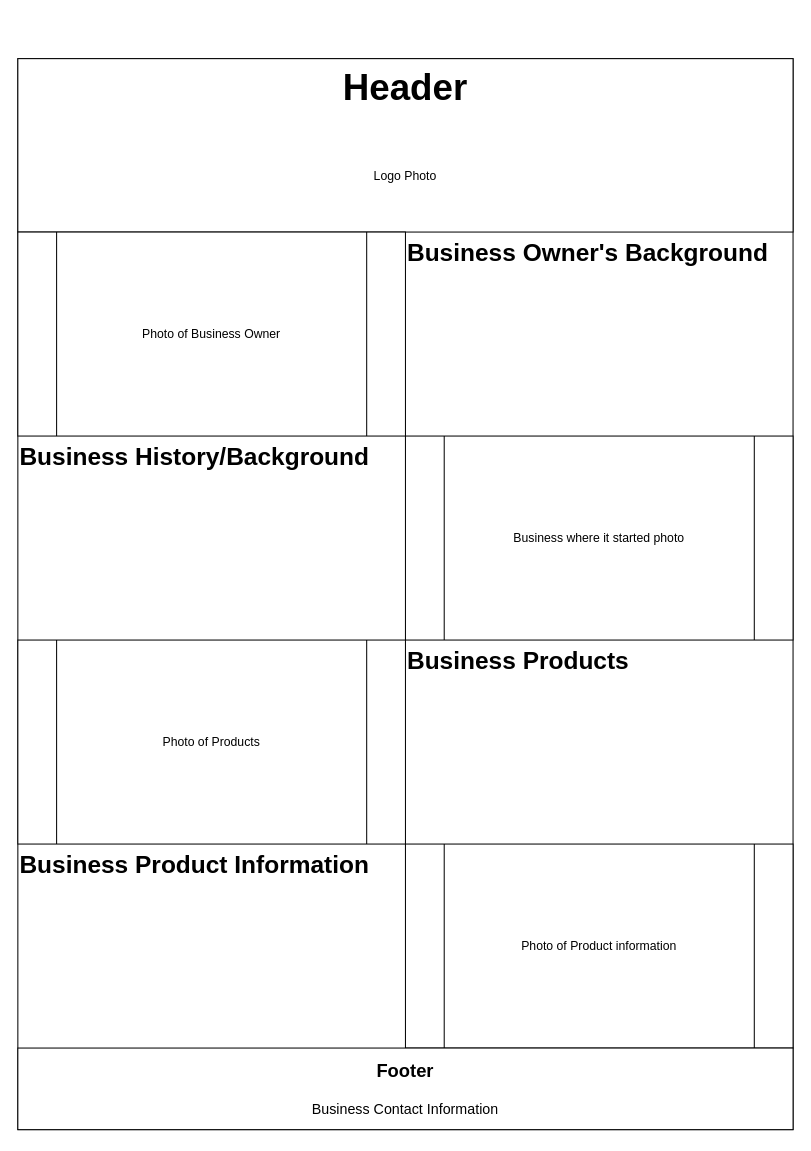
Before: CIS363B.draw.io.drawio in TrudeeRodriguez/CIS363BWk1, a draw.io diagram. Source tidied: cells renumbered, new cells numbered last; positions are measured from the earlier drawing's top-left corner, leaving out a move shared by most shapes. Both pictures are drawn from the tidied source at 102%, with x=0, y=0 at pixel (17, 58).
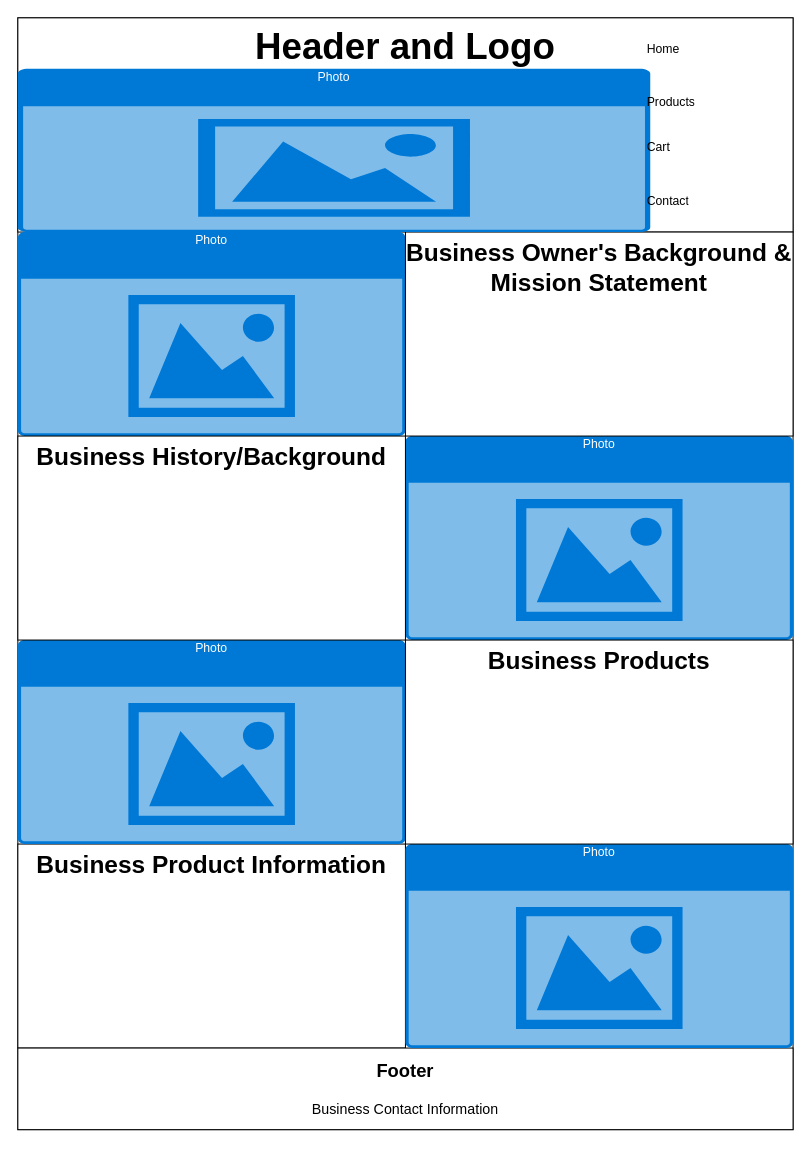
The same diagram, later.

What changed in the source:
```diff
@@
     <mxCell id="2" style="rounded=0;whiteSpace=wrap;html=1;" parent="1" vertex="1">
-      <mxGeometry width="760" height="1050" as="geometry" />
+      <mxGeometry y="-40" width="760" height="1090" as="geometry" />
     </mxCell>
+    <mxCell id="20" style="rounded=0;whiteSpace=wrap;html=1;" parent="1" vertex="1">
+      <mxGeometry y="770" width="380" height="200" as="geometry" />
+    </mxCell>
     <mxCell id="3" style="rounded=0;whiteSpace=wrap;html=1;" parent="1" vertex="1">
-      <mxGeometry width="760" height="170" as="geometry" />
+      <mxGeometry y="-40" width="760" height="210" as="geometry" />
     </mxCell>
-    <mxCell id="4" value="&lt;h1 style=&quot;margin-top: 0px;&quot;&gt;&lt;font style=&quot;font-size: 36px;&quot;&gt;Header&lt;/font&gt;&lt;/h1&gt;" style="text;html=1;whiteSpace=wrap;overflow=hidden;rounded=0;align=center;" parent="1" vertex="1">
-      <mxGeometry width="760" height="170" as="geometry" />
+    <mxCell id="4" value="&lt;h1 style=&quot;margin-top: 0px;&quot;&gt;&lt;font style=&quot;font-size: 36px;&quot;&gt;Header and Logo&lt;/font&gt;&lt;/h1&gt;" style="text;html=1;whiteSpace=wrap;overflow=hidden;rounded=0;align=center;" parent="1" vertex="1">
+      <mxGeometry y="-40" width="760" height="210" as="geometry" />
     </mxCell>
-    <mxCell id="5" style="shape=process;whiteSpace=wrap;html=1;backgroundOutline=1;" parent="1" vertex="1">
-      <mxGeometry x="380" y="370" width="380" height="200" as="geometry" />
-    </mxCell>
-    <mxCell id="6" style="shape=process;whiteSpace=wrap;html=1;backgroundOutline=1;" parent="1" vertex="1">
-      <mxGeometry y="170" width="380" height="200" as="geometry" />
-    </mxCell>
-    <mxCell id="7" style="shape=process;whiteSpace=wrap;html=1;backgroundOutline=1;" parent="1" vertex="1">
-      <mxGeometry y="570" width="380" height="200" as="geometry" />
-    </mxCell>
-    <mxCell id="8" style="shape=process;whiteSpace=wrap;html=1;backgroundOutline=1;" parent="1" vertex="1">
-      <mxGeometry x="380" y="770" width="380" height="200" as="geometry" />
-    </mxCell>
@@
-    <mxCell id="11" value="&lt;h1 style=&quot;margin-top: 0px;&quot;&gt;Business Owner's Background&lt;/h1&gt;" style="text;html=1;whiteSpace=wrap;overflow=hidden;rounded=0;" parent="1" vertex="1">
-      <mxGeometry x="380" y="170" width="380" height="200" as="geometry" />
-    </mxCell>
+    <mxCell id="21" value="Photo" style="html=1;whiteSpace=wrap;strokeColor=none;fillColor=#0079D6;labelPosition=center;verticalLabelPosition=middle;verticalAlign=top;align=center;fontSize=12;spacingTop=-6;fontColor=#FFFFFF;sketch=0;shape=mxgraph.sitemap.photo;" parent="1" vertex="1">
+      <mxGeometry y="170" width="380" height="200" as="geometry" />
+    </mxCell>
+    <mxCell id="22" value="Photo" style="html=1;whiteSpace=wrap;strokeColor=none;fillColor=#0079D6;labelPosition=center;verticalLabelPosition=middle;verticalAlign=top;align=center;fontSize=12;spacingTop=-6;fontColor=#FFFFFF;sketch=0;shape=mxgraph.sitemap.photo;" parent="1" vertex="1">
+      <mxGeometry x="380" y="770" width="380" height="200" as="geometry" />
+    </mxCell>
+    <mxCell id="23" value="Photo" style="html=1;whiteSpace=wrap;strokeColor=none;fillColor=#0079D6;labelPosition=center;verticalLabelPosition=middle;verticalAlign=top;align=center;fontSize=12;spacingTop=-6;fontColor=#FFFFFF;sketch=0;shape=mxgraph.sitemap.photo;" parent="1" vertex="1">
+      <mxGeometry y="570" width="380" height="200" as="geometry" />
+    </mxCell>
+    <mxCell id="24" value="Photo" style="html=1;whiteSpace=wrap;strokeColor=none;fillColor=#0079D6;labelPosition=center;verticalLabelPosition=middle;verticalAlign=top;align=center;fontSize=12;spacingTop=-6;fontColor=#FFFFFF;sketch=0;shape=mxgraph.sitemap.photo;" parent="1" vertex="1">
+      <mxGeometry x="380" y="370" width="380" height="200" as="geometry" />
+    </mxCell>
+    <mxCell id="25" style="rounded=0;whiteSpace=wrap;html=1;" parent="1" vertex="1">
+      <mxGeometry x="380" y="170" width="380" height="200" as="geometry" />
+    </mxCell>
+    <mxCell id="26" style="rounded=0;whiteSpace=wrap;html=1;" parent="1" vertex="1">
+      <mxGeometry y="370" width="380" height="200" as="geometry" />
+    </mxCell>
+    <mxCell id="27" style="rounded=0;whiteSpace=wrap;html=1;" parent="1" vertex="1">
+      <mxGeometry x="380" y="570" width="380" height="200" as="geometry" />
+    </mxCell>
+    <mxCell id="14" value="&lt;h1 style=&quot;margin-top: 0px;&quot;&gt;Business History/Background&lt;/h1&gt;" style="text;html=1;whiteSpace=wrap;overflow=hidden;rounded=0;align=center;" parent="1" vertex="1">
+      <mxGeometry y="370" width="380" height="200" as="geometry" />
+    </mxCell>
-    <mxCell id="12" value="&lt;h1 style=&quot;margin-top: 0px;&quot;&gt;Business Product Information&lt;/h1&gt;" style="text;html=1;whiteSpace=wrap;overflow=hidden;rounded=0;" parent="1" vertex="1">
+    <mxCell id="12" value="&lt;h1 style=&quot;margin-top: 0px;&quot;&gt;Business Product Information&lt;/h1&gt;" style="text;html=1;whiteSpace=wrap;overflow=hidden;rounded=0;align=center;" parent="1" vertex="1">
       <mxGeometry y="770" width="380" height="200" as="geometry" />
     </mxCell>
-    <mxCell id="13" value="&lt;h1 style=&quot;margin-top: 0px;&quot;&gt;Business Products&lt;/h1&gt;" style="text;html=1;whiteSpace=wrap;overflow=hidden;rounded=0;" parent="1" vertex="1">
+    <mxCell id="13" value="&lt;h1 style=&quot;margin-top: 0px;&quot;&gt;Business Products&lt;/h1&gt;" style="text;html=1;whiteSpace=wrap;overflow=hidden;rounded=0;align=center;" parent="1" vertex="1">
       <mxGeometry x="380" y="570" width="380" height="200" as="geometry" />
     </mxCell>
-    <mxCell id="14" value="&lt;h1 style=&quot;margin-top: 0px;&quot;&gt;Business History/Background&lt;/h1&gt;" style="text;html=1;whiteSpace=wrap;overflow=hidden;rounded=0;" parent="1" vertex="1">
-      <mxGeometry y="370" width="380" height="200" as="geometry" />
-    </mxCell>
-    <mxCell id="15" value="Logo Photo" style="text;html=1;align=center;verticalAlign=middle;whiteSpace=wrap;rounded=0;" parent="1" vertex="1">
-      <mxGeometry y="60" width="760" height="110" as="geometry" />
-    </mxCell>
-    <mxCell id="16" value="Photo of Products" style="text;html=1;align=center;verticalAlign=middle;whiteSpace=wrap;rounded=0;" parent="1" vertex="1">
-      <mxGeometry x="40" y="570" width="300" height="200" as="geometry" />
-    </mxCell>
-    <mxCell id="17" value="Business where it started photo" style="text;html=1;align=center;verticalAlign=middle;whiteSpace=wrap;rounded=0;" parent="1" vertex="1">
-      <mxGeometry x="420" y="370" width="300" height="200" as="geometry" />
-    </mxCell>
-    <mxCell id="18" value="Photo of Product information" style="text;html=1;align=center;verticalAlign=middle;whiteSpace=wrap;rounded=0;" parent="1" vertex="1">
-      <mxGeometry x="420" y="770" width="300" height="200" as="geometry" />
-    </mxCell>
-    <mxCell id="19" value="Photo of Business Owner" style="text;html=1;align=center;verticalAlign=middle;whiteSpace=wrap;rounded=0;" parent="1" vertex="1">
-      <mxGeometry x="40" y="170" width="300" height="200" as="geometry" />
-    </mxCell>
+    <mxCell id="11" value="&lt;h1 style=&quot;margin-top: 0px;&quot;&gt;Business Owner's Background &amp;amp; Mission Statement&lt;/h1&gt;" style="text;html=1;whiteSpace=wrap;overflow=hidden;rounded=0;align=center;" parent="1" vertex="1">
+      <mxGeometry x="380" y="170" width="380" height="200" as="geometry" />
+    </mxCell>
+    <mxCell id="28" value="Photo" style="html=1;whiteSpace=wrap;strokeColor=none;fillColor=#0079D6;labelPosition=center;verticalLabelPosition=middle;verticalAlign=top;align=center;fontSize=12;spacingTop=-6;fontColor=#FFFFFF;sketch=0;shape=mxgraph.sitemap.photo;" parent="1" vertex="1">
+      <mxGeometry y="10" width="620" height="160" as="geometry" />
+    </mxCell>
+    <mxCell id="29" style="shape=table;startSize=0;childLayout=tableLayout;fontSize=11;fillColor=none;strokeColor=none;" parent="1" vertex="1">
+      <mxGeometry x="610" y="-40" width="150" height="210" as="geometry" />
+    </mxCell>
+    <mxCell id="30" style="shape=tableRow;horizontal=0;startSize=0;swimlaneHead=0;swimlaneBody=0;strokeColor=inherit;top=0;left=0;bottom=0;right=0;fillColor=none;fontSize=16;" parent="29" vertex="1">
+      <mxGeometry width="150" height="61" as="geometry" />
+    </mxCell>
+    <mxCell id="31" value="Home" style="shape=partialRectangle;html=1;whiteSpace=wrap;strokeColor=inherit;overflow=hidden;fillColor=none;top=0;left=0;bottom=0;right=0;fontSize=12;align=left;spacingLeft=5;" parent="30" vertex="1">
+      <mxGeometry width="150" height="61" as="geometry" />
+    </mxCell>
+    <mxCell id="32" style="shape=tableRow;horizontal=0;startSize=0;swimlaneHead=0;swimlaneBody=0;strokeColor=inherit;top=0;left=0;bottom=0;right=0;fillColor=none;fontSize=16;" parent="29" vertex="1">
+      <mxGeometry y="61" width="150" height="44" as="geometry" />
+    </mxCell>
+    <mxCell id="33" value="Products" style="shape=partialRectangle;html=1;whiteSpace=wrap;strokeColor=inherit;overflow=hidden;fillColor=none;top=0;left=0;bottom=0;right=0;fontSize=12;align=left;spacingLeft=5;" parent="32" vertex="1">
+      <mxGeometry width="150" height="44" as="geometry" />
+    </mxCell>
+    <mxCell id="34" style="shape=tableRow;horizontal=0;startSize=0;swimlaneHead=0;swimlaneBody=0;strokeColor=inherit;top=0;left=0;bottom=0;right=0;fillColor=none;fontSize=16;" parent="29" vertex="1">
+      <mxGeometry y="105" width="150" height="44" as="geometry" />
+    </mxCell>
+    <mxCell id="35" value="Cart" style="shape=partialRectangle;html=1;whiteSpace=wrap;strokeColor=inherit;overflow=hidden;fillColor=none;top=0;left=0;bottom=0;right=0;fontSize=12;align=left;spacingLeft=5;" parent="34" vertex="1">
+      <mxGeometry width="150" height="44" as="geometry" />
+    </mxCell>
+    <mxCell id="36" style="shape=tableRow;horizontal=0;startSize=0;swimlaneHead=0;swimlaneBody=0;strokeColor=inherit;top=0;left=0;bottom=0;right=0;fillColor=none;fontSize=16;" parent="29" vertex="1">
+      <mxGeometry y="149" width="150" height="61" as="geometry" />
+    </mxCell>
+    <mxCell id="37" value="Contact" style="shape=partialRectangle;html=1;whiteSpace=wrap;strokeColor=inherit;overflow=hidden;fillColor=none;top=0;left=0;bottom=0;right=0;fontSize=12;align=left;spacingLeft=5;" parent="36" vertex="1">
+      <mxGeometry width="150" height="61" as="geometry" />
+    </mxCell>
```
